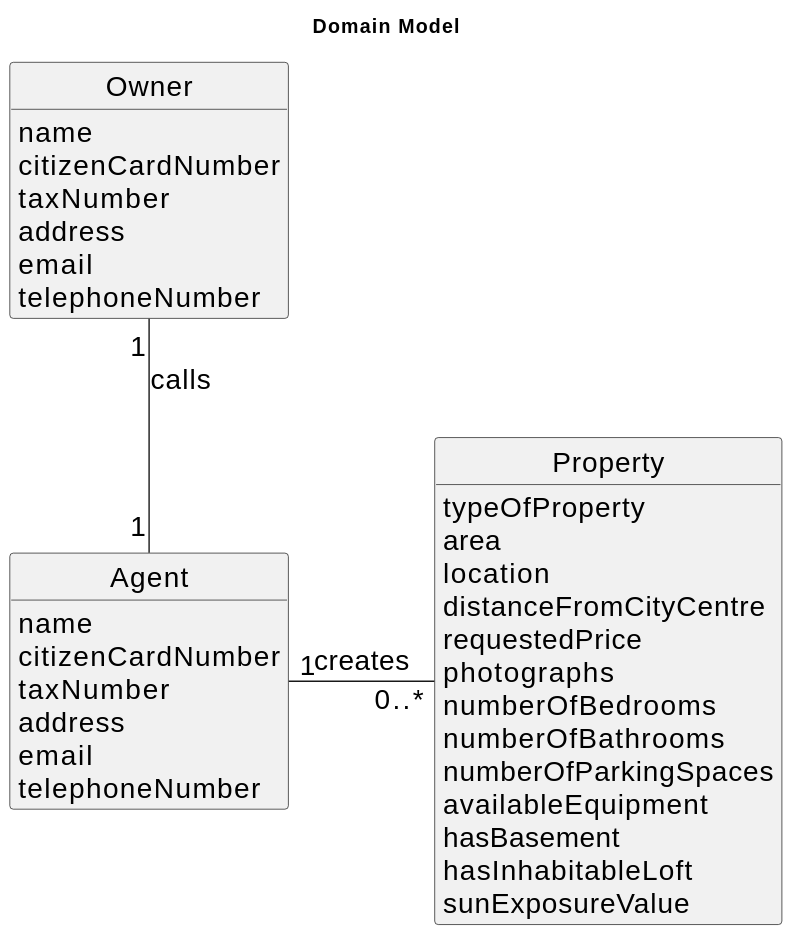
Goncalves2525/real-estate-management-system keeps this PlantUML diagram as docs/sprintA/us002/02.analysis/svg/us002-domain-model.svg. Above is the earlier version. Its diagram source:
```plantuml
@startuml
skinparamlocked defaultFontSize 20
skinparam monochrome true
skinparam packageStyle rectangle
skinparam shadowing false
skinparam classAttributeIconSize 0
hide circle
hide methods

title Domain Model

class Owner {
    name
    citizenCardNumber
    taxNumber
    address
    email
    telephoneNumber
}

class Agent {
    name
    citizenCardNumber
    taxNumber
    address
    email
    telephoneNumber
}

class Property{
    typeOfProperty
    area
    location
    distanceFromCityCentre
    requestedPrice
    photographs
    numberOfBedrooms
    numberOfBathrooms
    numberOfParkingSpaces
    availableEquipment
    hasBasement
    hasInhabitableLoft
    sunExposureValue
}

Owner "1" -- "1" Agent : calls
Agent "1" - "0..*" Property: creates
@enduml
```
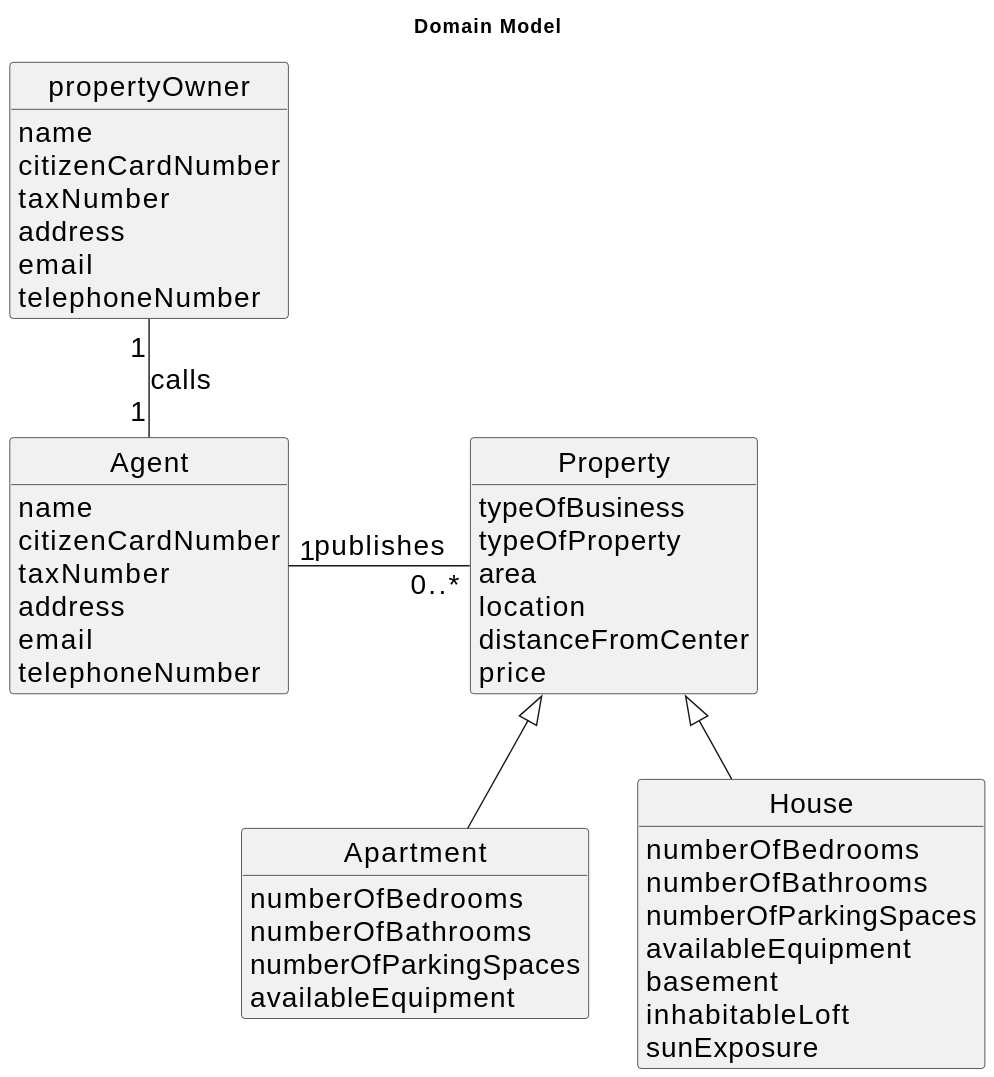
Later version of the same file.

The edit, as a diff of the source:
```diff
@@ -9,7 +9,7 @@
 
 title Domain Model
 
-class Owner {
+class propertyOwner {
     name
     citizenCardNumber
     taxNumber
@@ -27,22 +27,36 @@
     telephoneNumber
 }
 
+
 class Property{
+    typeOfBusiness
     typeOfProperty
     area
     location
-    distanceFromCityCentre
-    requestedPrice
-    photographs
+    distanceFromCenter
+    price
+}
+
+class Apartment{
     numberOfBedrooms
     numberOfBathrooms
     numberOfParkingSpaces
     availableEquipment
-    hasBasement
-    hasInhabitableLoft
-    sunExposureValue
 }
 
-Owner "1" -- "1" Agent : calls
-Agent "1" - "0..*" Property: creates
+class House{
+    numberOfBedrooms
+    numberOfBathrooms
+    numberOfParkingSpaces
+    availableEquipment
+    basement
+    inhabitableLoft
+    sunExposure
+}
+
+
+propertyOwner "1" -- "1" Agent : calls
+Agent "1" - "0..*" Property: publishes
+Property <|-- House
+Property <|-- Apartment
 @enduml
```
